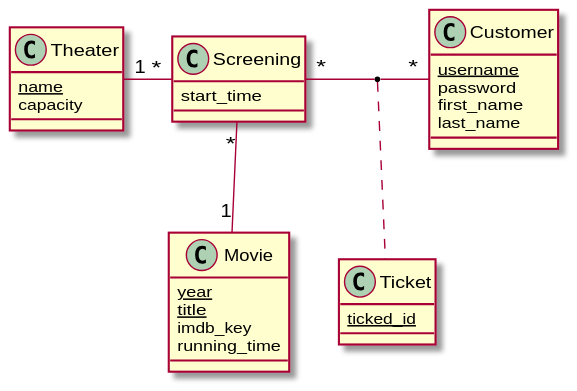
Above: lab2/uml.svg in GitThisJoel/database-technology (PlantUML), before the change.
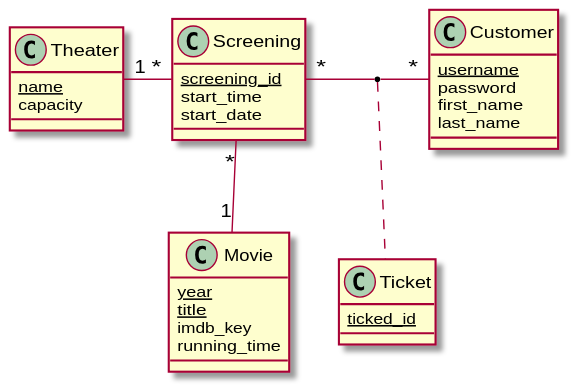
After the commit.

Change to the diagram source:
```diff
@@ -15,7 +15,9 @@
 	  last_name
 }
 class Screening {
+	{static} screening_id
 	start_time
+	start_date
 }
 class Theater {
 	{static} name
```
